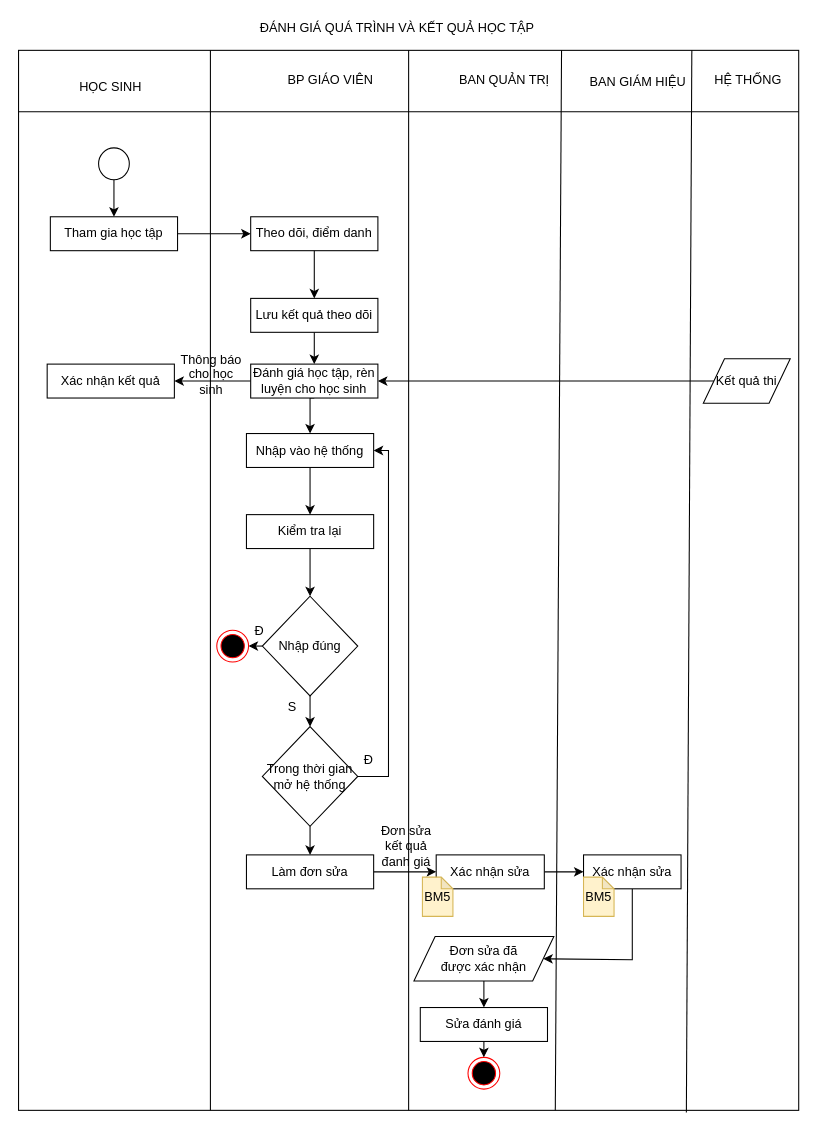
This is 1.2.2.b.drawio from TLGKien/graph, a draw.io file, before an edit. Source tidied: cells renumbered, new cells numbered last; positions are measured from the earlier drawing's top-left corner, leaving out a move shared by most shapes. Both pictures are drawn from the tidied source at 106%, with x=0, y=0 at pixel (18, 18).
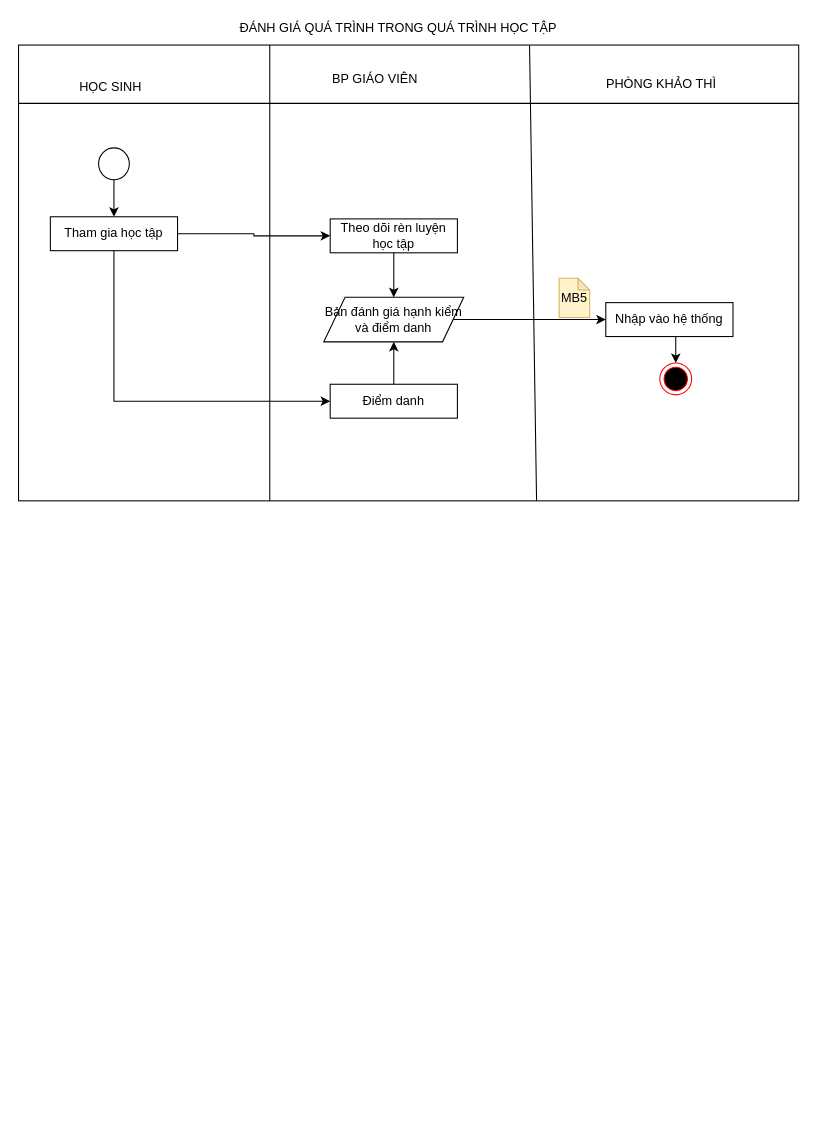
The same diagram, later.

Unchanged cells that the change refers to:
```xml
<mxCell id="9" value="Tham gia học tập" style="rounded=0;whiteSpace=wrap;html=1;" parent="1" vertex="1">
  <mxGeometry x="30" y="187" width="120" height="32" as="geometry" />
</mxCell>
```

The edit, as a diff of the source:
```diff
@@
-    <mxCell id="2" style="shape=internalStorage;whiteSpace=wrap;html=1;backgroundOutline=1;dx=181;dy=58;" parent="1" vertex="1">
-      <mxGeometry y="30" width="736" height="1000" as="geometry" />
+    <mxCell id="2" style="shape=internalStorage;whiteSpace=wrap;html=1;backgroundOutline=1;dx=237;dy=55;" parent="1" vertex="1">
+      <mxGeometry y="25" width="736" height="430" as="geometry" />
     </mxCell>
@@
-    <mxCell id="4" value="BAN QUẢN TRỊ" style="text;html=1;align=center;verticalAlign=middle;" parent="1" vertex="1">
-      <mxGeometry x="409" y="49" width="97" height="18" as="geometry" />
+    <mxCell id="4" value="PHÒNG KHẢO THÌ" style="text;html=1;align=center;verticalAlign=middle;" parent="1" vertex="1">
+      <mxGeometry x="549" y="53" width="114" height="18" as="geometry" />
     </mxCell>
     <mxCell id="5" value="BP GIÁO VIÊN" style="text;html=1;align=center;verticalAlign=middle;" parent="1" vertex="1">
-      <mxGeometry x="249" y="49" width="90" height="18" as="geometry" />
+      <mxGeometry x="291" y="48" width="90" height="18" as="geometry" />
     </mxCell>
@@
+    <mxCell id="55" style="edgeStyle=orthogonalEdgeStyle;rounded=0;jettySize=auto;html=1;exitX=0.5;exitY=1;exitDx=0;exitDy=0;entryX=0;entryY=0.5;entryDx=0;entryDy=0;" parent="1" edge="1" source="9" target="60">
+      <mxGeometry relative="1" as="geometry" />
+    </mxCell>
@@
-    <mxCell id="10" value="Theo dõi, điểm danh" style="rounded=0;whiteSpace=wrap;html=1;" parent="1" vertex="1">
-      <mxGeometry x="219" y="187" width="120" height="32" as="geometry" />
+    <mxCell id="10" value="Theo dõi rèn luyện học tập" style="rounded=0;whiteSpace=wrap;html=1;" parent="1" vertex="1">
+      <mxGeometry x="294" y="189" width="120" height="32" as="geometry" />
     </mxCell>
-    <mxCell id="11" style="endArrow=classic;html=1;exitX=0.5;exitY=1;exitDx=0;exitDy=0;entryX=0.5;entryY=0;entryDx=0;entryDy=0;" parent="1" edge="1" source="10" target="44">
+    <mxCell id="11" style="endArrow=classic;html=1;exitX=0.5;exitY=1;exitDx=0;exitDy=0;entryX=0.5;entryY=0;entryDx=0;entryDy=0;" parent="1" edge="1" source="10" target="58">
       <mxGeometry relative="1" as="geometry" />
     </mxCell>
-    <mxCell id="12" value="ĐÁNH GIÁ QUÁ TRÌNH VÀ KẾT QUẢ HỌC TẬP" style="text;html=1;align=center;verticalAlign=middle;" parent="1" vertex="1">
-      <mxGeometry x="222" width="270" height="18" as="geometry" />
+    <mxCell id="12" value="ĐÁNH GIÁ QUÁ TRÌNH TRONG QUÁ TRÌNH HỌC TẬP" style="text;html=1;align=center;verticalAlign=middle;" parent="1" vertex="1">
+      <mxGeometry x="203" width="309" height="18" as="geometry" />
     </mxCell>
-    <mxCell id="13" style="endArrow=none;html=1;entryX=0.5;entryY=0;entryDx=0;entryDy=0;exitX=0.5;exitY=1;exitDx=0;exitDy=0;" parent="1" edge="1" source="2" target="2">
+    <mxCell id="13" style="endArrow=none;html=1;entryX=0.655;entryY=0.001;entryDx=0;entryDy=0;entryPerimeter=0;exitX=0.664;exitY=1;exitDx=0;exitDy=0;exitPerimeter=0;" parent="1" edge="1" source="2" target="2">
       <mxGeometry relative="1" as="geometry" />
     </mxCell>
-    <mxCell id="14" style="endArrow=none;html=1;exitX=0.688;exitY=1;exitDx=0;exitDy=0;exitPerimeter=0;entryX=0.696;entryY=0;entryDx=0;entryDy=0;entryPerimeter=0;" parent="1" edge="1" source="2" target="2">
-      <mxGeometry relative="1" as="geometry" />
-    </mxCell>
-    <mxCell id="15" value="BAN GIÁM HIỆU" style="text;html=1;align=center;verticalAlign=middle;" parent="1" vertex="1">
-      <mxGeometry x="533" y="51" width="101" height="18" as="geometry" />
-    </mxCell>
-    <mxCell id="16" style="edgeStyle=orthogonalEdgeStyle;rounded=0;jettySize=auto;html=1;exitX=0.5;exitY=1;exitDx=0;exitDy=0;entryX=0.5;entryY=0;entryDx=0;entryDy=0;" parent="1" edge="1" source="17" target="19">
-      <mxGeometry relative="1" as="geometry" />
-    </mxCell>
+    <mxCell id="56" style="edgeStyle=orthogonalEdgeStyle;rounded=0;jettySize=auto;html=1;exitX=0.5;exitY=1;exitDx=0;exitDy=0;entryX=0.5;entryY=0;entryDx=0;entryDy=0;" parent="1" edge="1" source="17" target="23">
+      <mxGeometry relative="1" as="geometry" />
+    </mxCell>
     <mxCell id="17" value="Nhập vào hệ thống" style="rounded=0;whiteSpace=wrap;html=1;" parent="1" vertex="1">
-      <mxGeometry x="215" y="391.5" width="120" height="32" as="geometry" />
+      <mxGeometry x="554" y="268" width="120" height="32" as="geometry" />
     </mxCell>
-    <mxCell id="18" style="edgeStyle=orthogonalEdgeStyle;rounded=0;jettySize=auto;html=1;exitX=0.5;exitY=1;exitDx=0;exitDy=0;entryX=0.5;entryY=0;entryDx=0;entryDy=0;" parent="1" edge="1" source="19" target="22">
-      <mxGeometry relative="1" as="geometry" />
-    </mxCell>
-    <mxCell id="19" value="&lt;div&gt;Kiểm tra lại&lt;/div&gt;" style="rounded=0;whiteSpace=wrap;html=1;" parent="1" vertex="1">
-      <mxGeometry x="215" y="468" width="120" height="32" as="geometry" />
-    </mxCell>
-    <mxCell id="20" style="edgeStyle=orthogonalEdgeStyle;rounded=0;jettySize=auto;html=1;exitX=0;exitY=0.5;exitDx=0;exitDy=0;entryX=1;entryY=0.5;entryDx=0;entryDy=0;" parent="1" edge="1" source="22" target="23">
-      <mxGeometry relative="1" as="geometry" />
-    </mxCell>
-    <mxCell id="21" style="edgeStyle=orthogonalEdgeStyle;rounded=0;jettySize=auto;html=1;exitX=0.5;exitY=1;exitDx=0;exitDy=0;entryX=0.5;entryY=0;entryDx=0;entryDy=0;" parent="1" edge="1" source="22" target="27">
-      <mxGeometry relative="1" as="geometry" />
-    </mxCell>
-    <mxCell id="22" value="Nhập đúng" style="rhombus;whiteSpace=wrap;html=1;" parent="1" vertex="1">
-      <mxGeometry x="230" y="545" width="90" height="94" as="geometry" />
-    </mxCell>
     <mxCell id="23" style="ellipse;html=1;shape=endState;fillColor=#000000;strokeColor=#ff0000;" parent="1" vertex="1">
-      <mxGeometry x="187" y="577" width="30" height="30" as="geometry" />
+      <mxGeometry x="605" y="325" width="30" height="30" as="geometry" />
     </mxCell>
-    <mxCell id="24" value="Đ" style="text;html=1;align=center;verticalAlign=middle;" parent="1" vertex="1">
-      <mxGeometry x="217" y="569" width="19" height="18" as="geometry" />
-    </mxCell>
-    <mxCell id="25" style="edgeStyle=orthogonalEdgeStyle;rounded=0;jettySize=auto;html=1;exitX=1;exitY=0.5;exitDx=0;exitDy=0;entryX=1;entryY=0.5;entryDx=0;entryDy=0;" parent="1" edge="1" source="27" target="17">
-      <mxGeometry relative="1" as="geometry">
-        <Array as="points">
-          <mxPoint x="349" y="715" />
-          <mxPoint x="349" y="408" />
-        </Array>
-      </mxGeometry>
-    </mxCell>
-    <mxCell id="26" style="edgeStyle=orthogonalEdgeStyle;rounded=0;jettySize=auto;html=1;exitX=0.5;exitY=1;exitDx=0;exitDy=0;" parent="1" edge="1" source="27" target="31">
-      <mxGeometry relative="1" as="geometry" />
-    </mxCell>
-    <mxCell id="27" value="Trong thời gian mở hệ thống" style="rhombus;whiteSpace=wrap;html=1;" parent="1" vertex="1">
-      <mxGeometry x="230" y="668" width="90" height="94" as="geometry" />
-    </mxCell>
-    <mxCell id="28" value="Đ" style="text;html=1;align=center;verticalAlign=middle;" parent="1" vertex="1">
-      <mxGeometry x="320" y="691" width="19" height="18" as="geometry" />
-    </mxCell>
-    <mxCell id="29" value="S" style="text;html=1;align=center;verticalAlign=middle;" parent="1" vertex="1">
-      <mxGeometry x="249" y="641" width="18" height="18" as="geometry" />
-    </mxCell>
-    <mxCell id="30" style="edgeStyle=orthogonalEdgeStyle;rounded=0;jettySize=auto;html=1;exitX=1;exitY=0.5;exitDx=0;exitDy=0;entryX=0;entryY=0.5;entryDx=0;entryDy=0;" parent="1" edge="1" source="31" target="33">
-      <mxGeometry relative="1" as="geometry" />
-    </mxCell>
-    <mxCell id="31" value="&lt;div&gt;Làm đơn sửa&lt;/div&gt;" style="rounded=0;whiteSpace=wrap;html=1;" parent="1" vertex="1">
-      <mxGeometry x="215" y="789" width="120" height="32" as="geometry" />
-    </mxCell>
-    <mxCell id="32" style="edgeStyle=orthogonalEdgeStyle;rounded=0;jettySize=auto;html=1;exitX=1;exitY=0.5;exitDx=0;exitDy=0;entryX=0;entryY=0.5;entryDx=0;entryDy=0;" parent="1" edge="1" source="33" target="35">
-      <mxGeometry relative="1" as="geometry" />
-    </mxCell>
-    <mxCell id="33" value="&lt;div&gt;Xác nhận sửa&lt;/div&gt;" style="rounded=0;whiteSpace=wrap;html=1;" parent="1" vertex="1">
-      <mxGeometry x="394" y="789" width="102" height="32" as="geometry" />
-    </mxCell>
-    <mxCell id="34" style="edgeStyle=orthogonalEdgeStyle;rounded=0;jettySize=auto;html=1;exitX=0.5;exitY=1;exitDx=0;exitDy=0;entryX=1;entryY=0.5;entryDx=0;entryDy=0;" parent="1" edge="1" source="35" target="39">
-      <mxGeometry relative="1" as="geometry">
-        <Array as="points">
-          <mxPoint x="579" y="888" />
-        </Array>
-      </mxGeometry>
-    </mxCell>
-    <mxCell id="35" value="&lt;div&gt;Xác nhận sửa&lt;/div&gt;" style="rounded=0;whiteSpace=wrap;html=1;" parent="1" vertex="1">
-      <mxGeometry x="533" y="789" width="92" height="32" as="geometry" />
-    </mxCell>
-    <mxCell id="36" value="BM5" style="shape=note;whiteSpace=wrap;html=1;backgroundOutline=1;darkOpacity=0.05;size=11;fillColor=#fff2cc;strokeColor=#d6b656;" parent="1" vertex="1">
-      <mxGeometry x="381" y="810" width="28.8" height="37" as="geometry" />
-    </mxCell>
-    <mxCell id="37" value="BM5" style="shape=note;whiteSpace=wrap;html=1;backgroundOutline=1;darkOpacity=0.05;size=11;fillColor=#fff2cc;strokeColor=#d6b656;" parent="1" vertex="1">
-      <mxGeometry x="533" y="810" width="28.8" height="37" as="geometry" />
-    </mxCell>
-    <mxCell id="38" style="edgeStyle=orthogonalEdgeStyle;rounded=0;jettySize=auto;html=1;exitX=0.5;exitY=1;exitDx=0;exitDy=0;entryX=0.5;entryY=0;entryDx=0;entryDy=0;" parent="1" edge="1" source="39" target="42">
-      <mxGeometry relative="1" as="geometry" />
-    </mxCell>
-    <mxCell id="39" value="&lt;div&gt;Đơn sửa đã &lt;br&gt;&lt;/div&gt;&lt;div&gt;được xác nhận&lt;/div&gt;" style="shape=parallelogram;perimeter=parallelogramPerimeter;whiteSpace=wrap;html=1;fixedSize=1;" parent="1" vertex="1">
-      <mxGeometry x="373" y="866" width="132" height="42" as="geometry" />
-    </mxCell>
-    <mxCell id="40" style="ellipse;html=1;shape=endState;fillColor=#000000;strokeColor=#ff0000;" parent="1" vertex="1">
-      <mxGeometry x="424" y="980" width="30" height="30" as="geometry" />
-    </mxCell>
-    <mxCell id="41" style="edgeStyle=orthogonalEdgeStyle;rounded=0;jettySize=auto;html=1;exitX=0.5;exitY=1;exitDx=0;exitDy=0;entryX=0.5;entryY=0;entryDx=0;entryDy=0;" parent="1" edge="1" source="42" target="40">
-      <mxGeometry relative="1" as="geometry" />
-    </mxCell>
-    <mxCell id="42" value="Sửa đánh giá" style="rounded=0;whiteSpace=wrap;html=1;" parent="1" vertex="1">
-      <mxGeometry x="379" y="933" width="120" height="32" as="geometry" />
-    </mxCell>
-    <mxCell id="43" style="edgeStyle=orthogonalEdgeStyle;rounded=0;jettySize=auto;html=1;exitX=0.5;exitY=1;exitDx=0;exitDy=0;entryX=0.5;entryY=0;entryDx=0;entryDy=0;" parent="1" edge="1" source="44" target="49">
-      <mxGeometry relative="1" as="geometry" />
-    </mxCell>
-    <mxCell id="44" value="Lưu kết quả theo dõi" style="rounded=0;whiteSpace=wrap;html=1;" parent="1" vertex="1">
-      <mxGeometry x="219" y="264" width="120" height="32" as="geometry" />
-    </mxCell>
-    <mxCell id="45" style="edgeStyle=orthogonalEdgeStyle;rounded=0;jettySize=auto;html=1;exitX=0;exitY=0.5;exitDx=0;exitDy=0;entryX=1;entryY=0.5;entryDx=0;entryDy=0;" parent="1" edge="1" source="46" target="49">
-      <mxGeometry relative="1" as="geometry" />
-    </mxCell>
-    <mxCell id="46" value="Kết quả thi" style="shape=parallelogram;perimeter=parallelogramPerimeter;whiteSpace=wrap;html=1;fixedSize=1;" parent="1" vertex="1">
-      <mxGeometry x="646" y="321" width="82" height="42" as="geometry" />
-    </mxCell>
-    <mxCell id="47" style="edgeStyle=orthogonalEdgeStyle;rounded=0;jettySize=auto;html=1;exitX=0.5;exitY=1;exitDx=0;exitDy=0;entryX=0.5;entryY=0;entryDx=0;entryDy=0;" parent="1" edge="1" source="49" target="17">
-      <mxGeometry relative="1" as="geometry" />
-    </mxCell>
-    <mxCell id="48" style="edgeStyle=orthogonalEdgeStyle;rounded=0;jettySize=auto;html=1;exitX=0;exitY=0.5;exitDx=0;exitDy=0;entryX=1;entryY=0.5;entryDx=0;entryDy=0;" parent="1" edge="1" source="49" target="50">
-      <mxGeometry relative="1" as="geometry" />
-    </mxCell>
-    <mxCell id="49" value="Đánh giá học tập, rèn luyện cho học sinh" style="rounded=0;whiteSpace=wrap;html=1;" parent="1" vertex="1">
-      <mxGeometry x="219" y="326" width="120" height="32" as="geometry" />
-    </mxCell>
-    <mxCell id="50" value="Xác nhận kết quả" style="rounded=0;whiteSpace=wrap;html=1;" parent="1" vertex="1">
-      <mxGeometry x="27" y="326" width="120" height="32" as="geometry" />
-    </mxCell>
-    <mxCell id="51" value="Thông báo cho học sinh" style="text;html=1;strokeColor=none;fillColor=none;align=center;verticalAlign=middle;whiteSpace=wrap;rounded=0;" parent="1" vertex="1">
-      <mxGeometry x="152" y="326" width="59.5" height="20" as="geometry" />
-    </mxCell>
-    <mxCell id="52" value="Đơn sửa kết quả đanh giá" style="text;html=1;strokeColor=none;fillColor=none;align=center;verticalAlign=middle;whiteSpace=wrap;rounded=0;" parent="1" vertex="1">
-      <mxGeometry x="335" y="751" width="62" height="59" as="geometry" />
-    </mxCell>
-    <mxCell id="53" style="endArrow=none;html=1;exitX=0.856;exitY=1.002;exitDx=0;exitDy=0;entryX=0.863;entryY=0;entryDx=0;entryDy=0;entryPerimeter=0;exitPerimeter=0;" parent="1" edge="1" source="2" target="2">
-      <mxGeometry relative="1" as="geometry" />
-    </mxCell>
-    <mxCell id="54" value="HỆ THỐNG" style="text;html=1;align=center;verticalAlign=middle;" parent="1" vertex="1">
-      <mxGeometry x="650.5" y="49" width="74" height="18" as="geometry" />
-    </mxCell>
+    <mxCell id="57" style="edgeStyle=orthogonalEdgeStyle;rounded=0;jettySize=auto;html=1;exitX=1;exitY=0.5;exitDx=0;exitDy=0;entryX=0;entryY=0.5;entryDx=0;entryDy=0;" parent="1" edge="1" source="58" target="17">
+      <mxGeometry relative="1" as="geometry" />
+    </mxCell>
+    <mxCell id="58" value="Bản đánh giá hạnh kiểm và điểm danh" style="shape=parallelogram;perimeter=parallelogramPerimeter;whiteSpace=wrap;html=1;fixedSize=1;" parent="1" vertex="1">
+      <mxGeometry x="288" y="263" width="132" height="42" as="geometry" />
+    </mxCell>
+    <mxCell id="59" style="edgeStyle=orthogonalEdgeStyle;rounded=0;jettySize=auto;html=1;exitX=0.5;exitY=0;exitDx=0;exitDy=0;entryX=0.5;entryY=1;entryDx=0;entryDy=0;" parent="1" edge="1" source="60" target="58">
+      <mxGeometry relative="1" as="geometry" />
+    </mxCell>
+    <mxCell id="60" value="Điểm danh" style="rounded=0;whiteSpace=wrap;html=1;" parent="1" vertex="1">
+      <mxGeometry x="294" y="345" width="120" height="32" as="geometry" />
+    </mxCell>
+    <mxCell id="61" value="MB5" style="shape=note;whiteSpace=wrap;html=1;backgroundOutline=1;darkOpacity=0.05;size=11;fillColor=#fff2cc;strokeColor=#d6b656;" parent="1" vertex="1">
+      <mxGeometry x="510" y="245" width="28.8" height="37" as="geometry" />
+    </mxCell>
```
